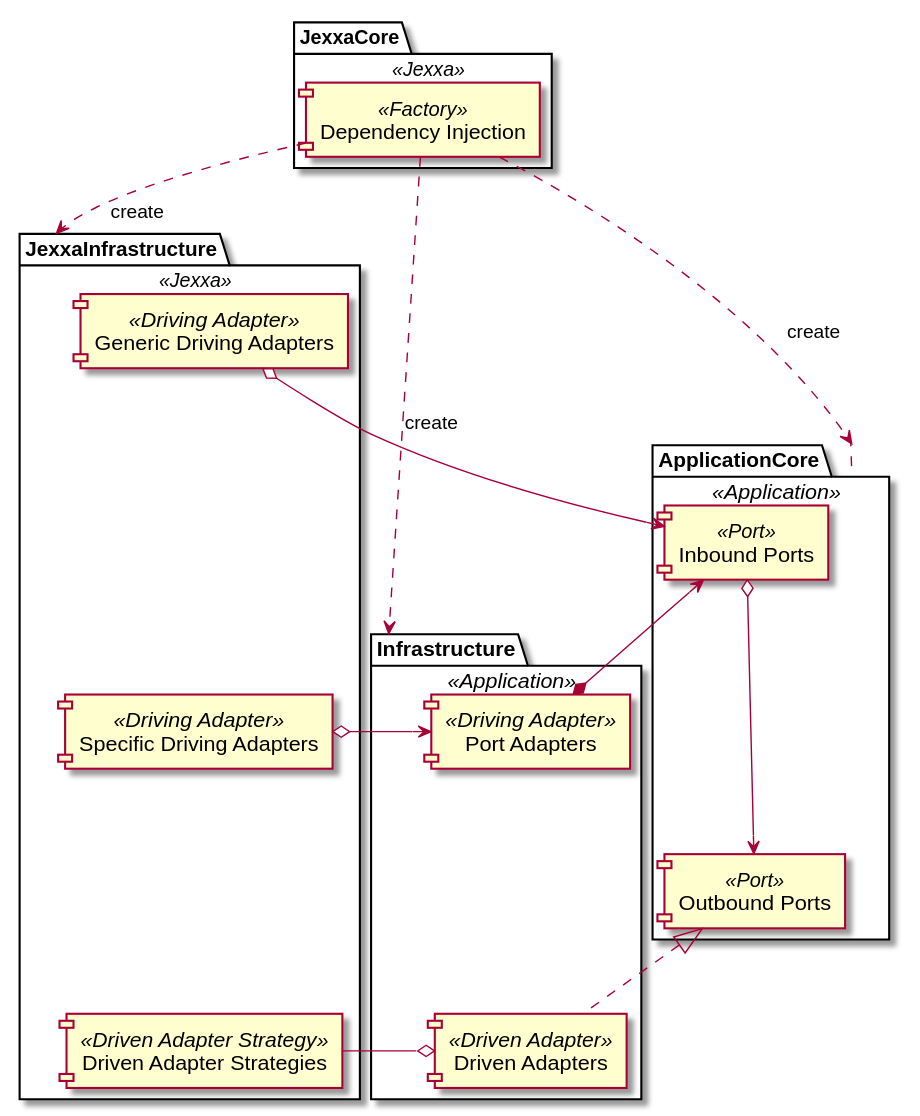
Above: docs/images/JexxaComponents.svg in jexxa-projects/Jexxa (PlantUML), before the change.
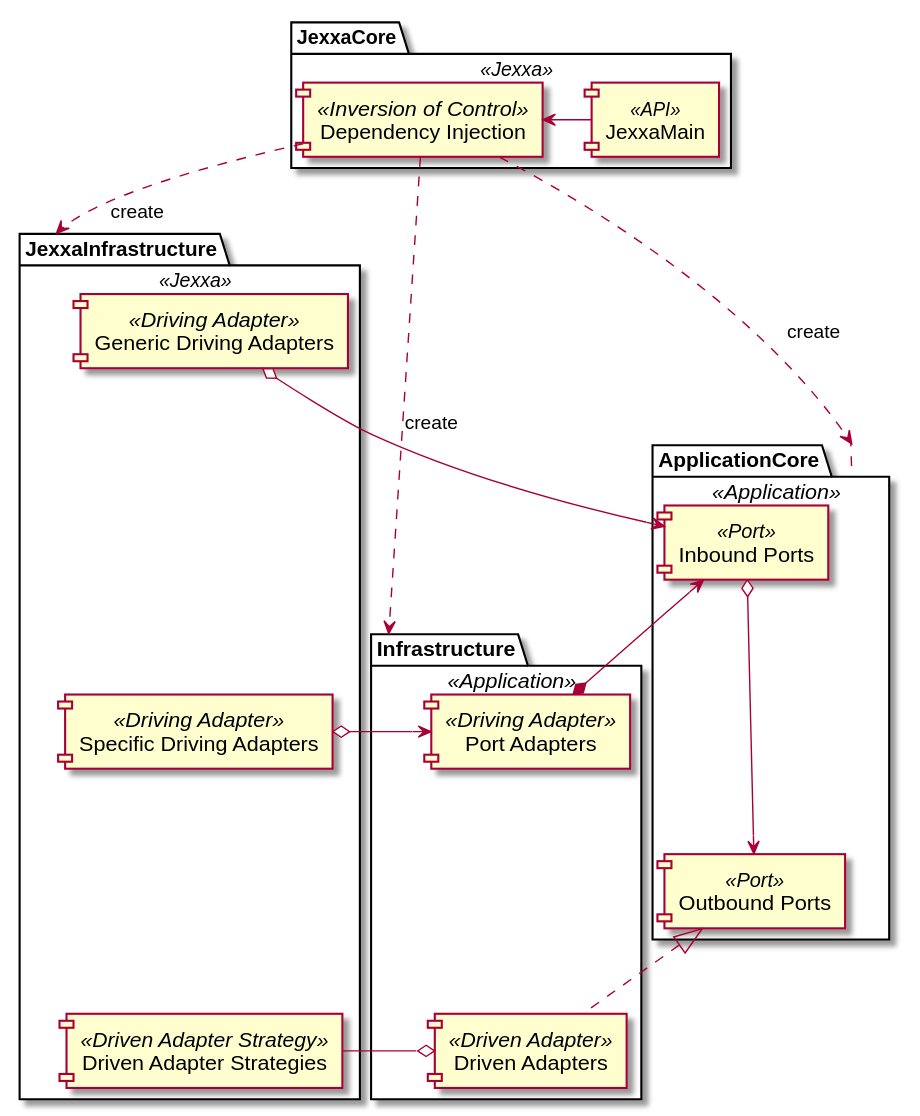
The same file after the commit.

Diff of the diagram source:
```diff
@@ -1,10 +1,9 @@
 @startuml
 skinparam PackagePadding 20
 
-skinparam PackagePadding 20
-
 package JexxaCore <<Jexxa>> {
-[Dependency Injection] <<Factory>>
+[JexxaMain] <<API>>
+[Dependency Injection] <<Inversion of Control>>
 }
 
 package JexxaInfrastructure <<Jexxa>> {
@@ -40,4 +39,6 @@
 [Specific Driving Adapters] -[hidden]- [Driven Adapter Strategies]
 [Port Adapters] -[hidden]- [Driven Adapters]
 
+[JexxaMain] -left-> [Dependency Injection]
+
 @enduml
```
